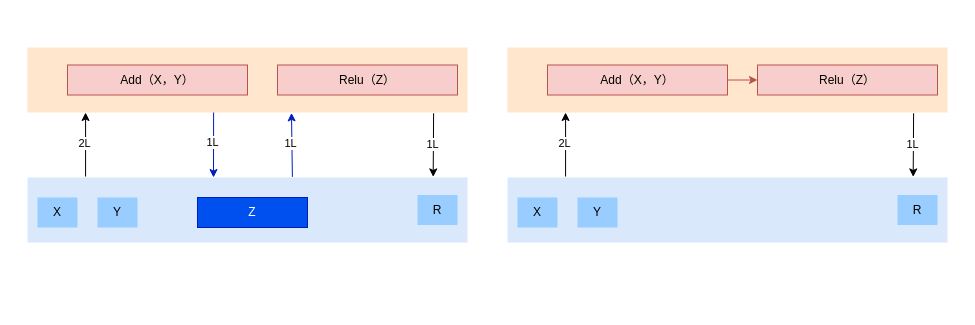
This is 99_resources/11_img/子图融合.drawio from dataml-cn/playground, a draw.io file, before an edit. Source tidied: cells renumbered, new cells numbered last; positions are measured from the earlier drawing's top-left corner, leaving out a move shared by most shapes. Both pictures are drawn from the tidied source at 100%, with x=0, y=0 at pixel (27, 47).
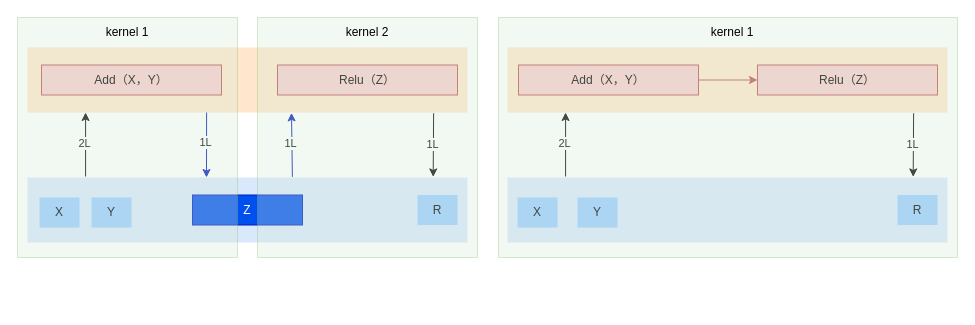
The same page after the edit.

Commit message:
更新子图融合.drawio

Unchanged cells that the change refers to:
```xml
<mxCell id="6" style="rounded=0;whiteSpace=wrap;html=1;fillColor=#ffe6cc;strokeColor=none;" parent="2" vertex="1">
  <mxGeometry width="440" height="65" as="geometry" />
</mxCell>
```

What changed in the source:
```diff
@@
     <mxCell id="2" style="group;" parent="1" vertex="1">
-      <mxGeometry width="440" height="195" as="geometry" />
+      <mxGeometry width="450" height="260" as="geometry" />
     </mxCell>
@@
     <mxCell id="4" value="X" style="text;html=1;strokeColor=none;fillColor=#99CCFF;align=center;verticalAlign=middle;whiteSpace=wrap;rounded=0;" parent="2" vertex="1">
-      <mxGeometry x="10" y="150" width="40" height="30" as="geometry" />
+      <mxGeometry x="12" y="150" width="40" height="30" as="geometry" />
     </mxCell>
     <mxCell id="5" value="Y" style="text;html=1;strokeColor=none;fillColor=#99CCFF;align=center;verticalAlign=middle;whiteSpace=wrap;rounded=0;" parent="2" vertex="1">
-      <mxGeometry x="70" y="150" width="40" height="30" as="geometry" />
+      <mxGeometry x="64" y="150" width="40" height="30" as="geometry" />
     </mxCell>
@@
     <mxCell id="9" value="Add（X，Y）" style="text;html=1;strokeColor=#b85450;fillColor=#f8cecc;align=center;verticalAlign=middle;whiteSpace=wrap;rounded=0;" parent="2" vertex="1">
-      <mxGeometry x="40" y="17.5" width="180" height="30" as="geometry" />
+      <mxGeometry x="14" y="17.5" width="180" height="30" as="geometry" />
     </mxCell>
     <mxCell id="10" value="Z" style="text;html=1;strokeColor=#001DBC;fillColor=#0050ef;align=center;verticalAlign=middle;whiteSpace=wrap;rounded=0;fontColor=#ffffff;" parent="2" vertex="1">
-      <mxGeometry x="170" y="150" width="110" height="30" as="geometry" />
+      <mxGeometry x="165" y="147.5" width="110" height="30" as="geometry" />
     </mxCell>
-    <mxCell id="11" style="endArrow=classic;html=1;rounded=0;exitX=0.423;exitY=1;exitDx=0;exitDy=0;exitPerimeter=0;fillColor=#0050ef;strokeColor=#001DBC;" parent="2" edge="1" source="6">
+    <mxCell id="11" style="endArrow=classic;html=1;rounded=0;exitX=0.423;exitY=1;exitDx=0;exitDy=0;exitPerimeter=0;fillColor=#0050ef;strokeColor=#001DBC;" parent="2" edge="1">
       <mxGeometry relative="1" as="geometry">
-        <mxPoint x="186" y="130" as="targetPoint" />
+        <mxPoint x="179.1" y="65" as="sourcePoint" />
+        <mxPoint x="179" y="130" as="targetPoint" />
       </mxGeometry>
     </mxCell>
@@
+    <mxCell id="33" style="rounded=0;whiteSpace=wrap;html=1;fillColor=#d5e8d4;strokeColor=#82b366;opacity=30;" parent="2" vertex="1">
+      <mxGeometry x="230" y="-30" width="220" height="240" as="geometry" />
+    </mxCell>
+    <mxCell id="34" value="kernel 2" style="text;html=1;strokeColor=none;fillColor=none;align=center;verticalAlign=middle;whiteSpace=wrap;rounded=0;" parent="2" vertex="1">
+      <mxGeometry x="310" y="-30" width="60" height="30" as="geometry" />
+    </mxCell>
     <mxCell id="20" style="group;" parent="1" vertex="1">
-      <mxGeometry x="480" width="440" height="195" as="geometry" />
+      <mxGeometry x="480" width="450" height="210" as="geometry" />
     </mxCell>
@@
     <mxCell id="27" value="Add（X，Y）" style="text;html=1;strokeColor=#b85450;fillColor=#f8cecc;align=center;verticalAlign=middle;whiteSpace=wrap;rounded=0;" parent="20" vertex="1">
-      <mxGeometry x="40" y="17.5" width="180" height="30" as="geometry" />
+      <mxGeometry x="11" y="17.5" width="180" height="30" as="geometry" />
     </mxCell>
@@
+    <mxCell id="35" style="rounded=0;whiteSpace=wrap;html=1;fillColor=#d5e8d4;strokeColor=#82b366;opacity=30;" parent="20" vertex="1">
+      <mxGeometry x="-9" y="-30" width="459" height="240" as="geometry" />
+    </mxCell>
+    <mxCell id="36" value="kernel 1" style="text;html=1;strokeColor=none;fillColor=none;align=center;verticalAlign=middle;whiteSpace=wrap;rounded=0;" parent="20" vertex="1">
+      <mxGeometry x="195" y="-30" width="60" height="30" as="geometry" />
+    </mxCell>
+    <mxCell id="37" style="rounded=0;whiteSpace=wrap;html=1;fillColor=#d5e8d4;strokeColor=#82b366;opacity=30;" parent="1" vertex="1">
+      <mxGeometry x="-10" y="-30" width="220" height="240" as="geometry" />
+    </mxCell>
+    <mxCell id="38" value="kernel 1" style="text;html=1;strokeColor=none;fillColor=none;align=center;verticalAlign=middle;whiteSpace=wrap;rounded=0;" parent="1" vertex="1">
+      <mxGeometry x="70" y="-30" width="60" height="30" as="geometry" />
+    </mxCell>
```
